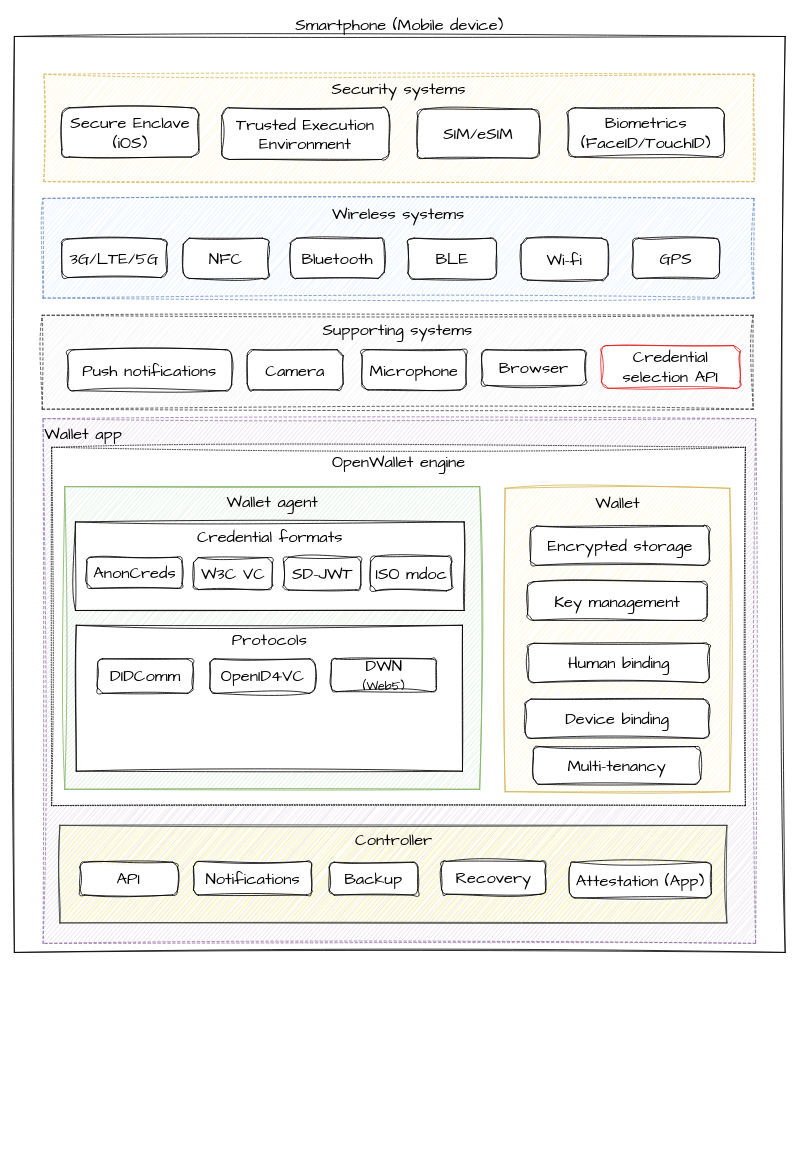
This is docs/architecture/discussions/diagrams/drawio/Native_wallet_app.drawio.xml from openwallet-foundation/architecture-sig, a draw.io file, before an edit. Source tidied: cells renumbered, new cells numbered last; positions are measured from the earlier drawing's top-left corner, leaving out a move shared by most shapes. Both pictures are drawn from the tidied source at 82%, with x=0, y=0 at pixel (14, 36).
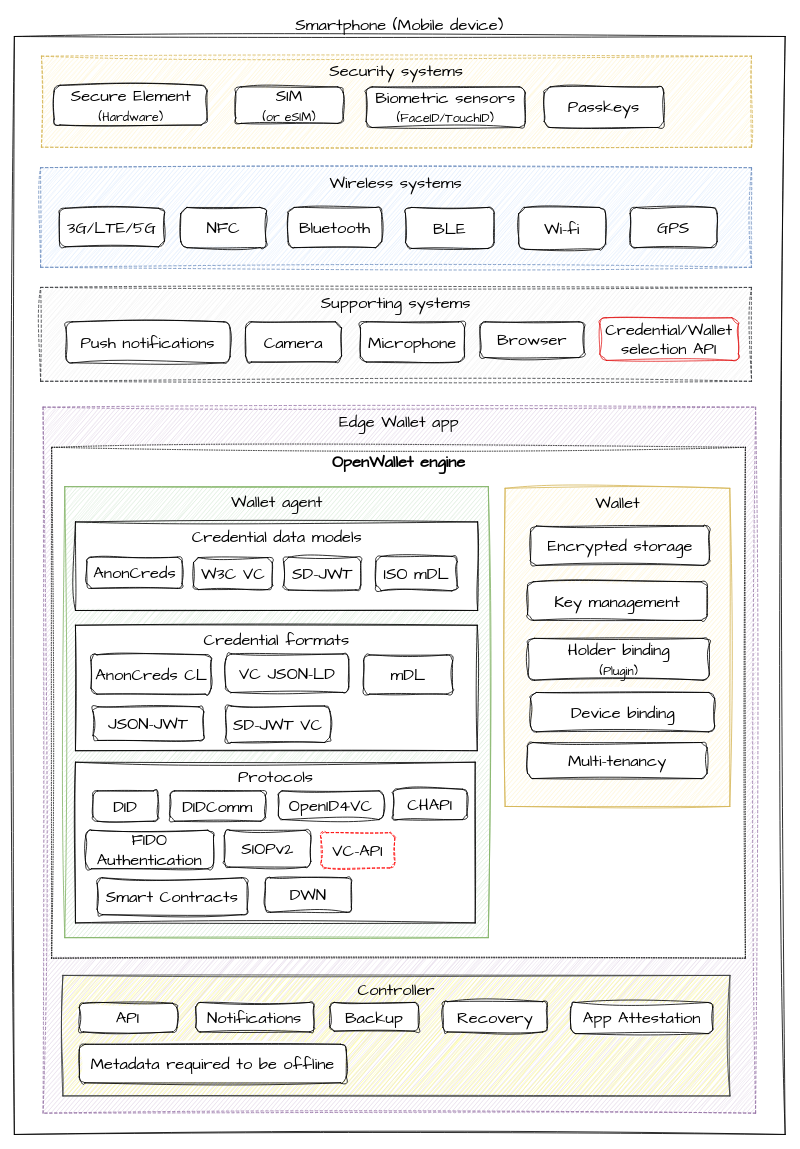
Above is the later version.

Commit message (it also covers changes not shown here):
updated wallet diagrams

Diff of the diagram source:
```diff
@@
     <mxCell id="2" value="Smartphone (Mobile device)" style="rounded=0;whiteSpace=wrap;html=1;sketch=1;hachureGap=4;jiggle=2;curveFitting=1;fontFamily=Architects Daughter;fontSize=20;labelPosition=center;verticalLabelPosition=top;align=center;verticalAlign=bottom;" parent="1" vertex="1">
-      <mxGeometry width="940" height="1117" as="geometry" />
+      <mxGeometry width="940" height="1339" as="geometry" />
     </mxCell>
-    <mxCell id="3" value="Wallet app" style="rounded=0;whiteSpace=wrap;html=1;sketch=1;hachureGap=4;jiggle=2;curveFitting=1;fontFamily=Architects Daughter;fontSize=20;verticalAlign=top;dashed=1;fillColor=#e1d5e7;strokeColor=#9673a6;align=left;" parent="1" vertex="1">
-      <mxGeometry x="35" y="466" width="869" height="640" as="geometry" />
+    <mxCell id="3" value="Edge Wallet app" style="rounded=0;whiteSpace=wrap;html=1;sketch=1;hachureGap=4;jiggle=2;curveFitting=1;fontFamily=Architects Daughter;fontSize=20;verticalAlign=top;dashed=1;fillColor=#e1d5e7;strokeColor=#9673a6;align=center;" parent="1" vertex="1">
+      <mxGeometry x="35" y="452" width="869" height="861" as="geometry" />
     </mxCell>
-    <mxCell id="4" value="OpenWallet engine" style="rounded=0;whiteSpace=wrap;html=1;sketch=1;hachureGap=4;jiggle=2;curveFitting=1;fontFamily=Architects Daughter;fontSize=20;dashed=1;dashPattern=1 2;verticalAlign=top;" parent="1" vertex="1">
-      <mxGeometry x="45.5" y="501" width="846" height="437" as="geometry" />
+    <mxCell id="4" value="OpenWallet engine" style="rounded=0;whiteSpace=wrap;html=1;sketch=1;hachureGap=4;jiggle=2;curveFitting=1;fontFamily=Architects Daughter;fontSize=20;dashed=1;dashPattern=1 2;verticalAlign=top;fontStyle=1;" parent="1" vertex="1">
+      <mxGeometry x="45.5" y="501" width="846" height="623" as="geometry" />
     </mxCell>
     <mxCell id="5" value="Controller" style="rounded=0;whiteSpace=wrap;html=1;sketch=1;hachureGap=4;jiggle=2;curveFitting=1;fontFamily=Architects Daughter;fontSize=20;verticalAlign=top;fillColor=#ffff88;strokeColor=#36393d;" parent="1" vertex="1">
-      <mxGeometry x="55.5" y="962" width="813.5" height="119" as="geometry" />
+      <mxGeometry x="59.2" y="1145" width="813.5" height="147" as="geometry" />
     </mxCell>
     <mxCell id="6" value="Security systems" style="rounded=0;whiteSpace=wrap;html=1;sketch=1;hachureGap=4;jiggle=2;curveFitting=1;fontFamily=Architects Daughter;fontSize=20;verticalAlign=top;dashed=1;fillColor=#fff2cc;strokeColor=#d6b656;" parent="1" vertex="1">
-      <mxGeometry x="36" y="46" width="866" height="131" as="geometry" />
+      <mxGeometry x="33" y="24" width="866" height="111" as="geometry" />
     </mxCell>
-    <mxCell id="7" value="Secure Enclave&lt;br&gt;(iOS)" style="rounded=1;whiteSpace=wrap;html=1;sketch=1;hachureGap=4;jiggle=2;curveFitting=1;fontFamily=Architects Daughter;fontSize=20;" parent="1" vertex="1">
-      <mxGeometry x="58" y="87" width="167" height="60" as="geometry" />
+    <mxCell id="7" value="Secure Element&lt;br&gt;&lt;font style=&quot;font-size: 15px;&quot;&gt;(Hardware)&lt;/font&gt;" style="rounded=1;whiteSpace=wrap;html=1;sketch=1;hachureGap=4;jiggle=2;curveFitting=1;fontFamily=Architects Daughter;fontSize=20;" parent="1" vertex="1">
+      <mxGeometry x="48.5" y="59.5" width="186.5" height="48.5" as="geometry" />
     </mxCell>
-    <mxCell id="8" value="Trusted Execution Environment" style="rounded=1;whiteSpace=wrap;html=1;sketch=1;hachureGap=4;jiggle=2;curveFitting=1;fontFamily=Architects Daughter;fontSize=20;" parent="1" vertex="1">
-      <mxGeometry x="253" y="87" width="204" height="63" as="geometry" />
-    </mxCell>
-    <mxCell id="9" value="SIM/eSIM" style="rounded=1;whiteSpace=wrap;html=1;sketch=1;hachureGap=4;jiggle=2;curveFitting=1;fontFamily=Architects Daughter;fontSize=20;" parent="1" vertex="1">
-      <mxGeometry x="492" y="88.5" width="148" height="60" as="geometry" />
+    <mxCell id="9" value="SIM&lt;br&gt;&lt;font style=&quot;font-size: 15px;&quot;&gt;(or eSIM)&lt;/font&gt;" style="rounded=1;whiteSpace=wrap;html=1;sketch=1;hachureGap=4;jiggle=2;curveFitting=1;fontFamily=Architects Daughter;fontSize=20;" parent="1" vertex="1">
+      <mxGeometry x="270" y="61.5" width="131" height="44.5" as="geometry" />
     </mxCell>
-    <mxCell id="10" value="Biometrics&lt;br&gt;(FaceID/TouchID)" style="rounded=1;whiteSpace=wrap;html=1;sketch=1;hachureGap=4;jiggle=2;curveFitting=1;fontFamily=Architects Daughter;fontSize=20;" parent="1" vertex="1">
-      <mxGeometry x="675" y="87" width="191" height="60" as="geometry" />
+    <mxCell id="10" value="Biometric sensors&lt;br&gt;&lt;font style=&quot;font-size: 15px;&quot;&gt;(FaceID/TouchID)&lt;/font&gt;" style="rounded=1;whiteSpace=wrap;html=1;sketch=1;hachureGap=4;jiggle=2;curveFitting=1;fontFamily=Architects Daughter;fontSize=20;" parent="1" vertex="1">
+      <mxGeometry x="429" y="61.5" width="194" height="49.5" as="geometry" />
     </mxCell>
     <mxCell id="11" value="Wireless systems" style="rounded=0;whiteSpace=wrap;html=1;sketch=1;hachureGap=4;jiggle=2;curveFitting=1;fontFamily=Architects Daughter;fontSize=20;verticalAlign=top;dashed=1;fillColor=#dae8fc;strokeColor=#6c8ebf;" parent="1" vertex="1">
-      <mxGeometry x="35" y="197.5" width="867" height="121.5" as="geometry" />
+      <mxGeometry x="32" y="160" width="867" height="121.5" as="geometry" />
     </mxCell>
     <mxCell id="12" value="NFC" style="rounded=1;whiteSpace=wrap;html=1;sketch=1;hachureGap=4;jiggle=2;curveFitting=1;fontFamily=Architects Daughter;fontSize=20;" parent="1" vertex="1">
-      <mxGeometry x="206" y="246" width="104" height="49" as="geometry" />
+      <mxGeometry x="203" y="208.5" width="104" height="49" as="geometry" />
     </mxCell>
     <mxCell id="13" value="Bluetooth" style="rounded=1;whiteSpace=wrap;html=1;sketch=1;hachureGap=4;jiggle=2;curveFitting=1;fontFamily=Architects Daughter;fontSize=20;" parent="1" vertex="1">
-      <mxGeometry x="337" y="246" width="114" height="49" as="geometry" />
+      <mxGeometry x="334" y="208.5" width="114" height="49" as="geometry" />
     </mxCell>
     <mxCell id="14" value="Wi-fi" style="rounded=1;whiteSpace=wrap;html=1;sketch=1;hachureGap=4;jiggle=2;curveFitting=1;fontFamily=Architects Daughter;fontSize=20;" parent="1" vertex="1">
-      <mxGeometry x="618" y="246" width="106" height="51" as="geometry" />
+      <mxGeometry x="615" y="208.5" width="106" height="51" as="geometry" />
     </mxCell>
     <mxCell id="15" value="GPS" style="rounded=1;whiteSpace=wrap;html=1;sketch=1;hachureGap=4;jiggle=2;curveFitting=1;fontFamily=Architects Daughter;fontSize=20;" parent="1" vertex="1">
-      <mxGeometry x="754" y="246" width="106" height="49" as="geometry" />
+      <mxGeometry x="751" y="208.5" width="106" height="49" as="geometry" />
     </mxCell>
     <mxCell id="16" value="BLE" style="rounded=1;whiteSpace=wrap;html=1;sketch=1;hachureGap=4;jiggle=2;curveFitting=1;fontFamily=Architects Daughter;fontSize=20;" parent="1" vertex="1">
-      <mxGeometry x="480" y="246" width="108" height="50" as="geometry" />
+      <mxGeometry x="477" y="208.5" width="108" height="50" as="geometry" />
     </mxCell>
     <mxCell id="17" value="Wallet agent" style="rounded=0;whiteSpace=wrap;html=1;sketch=1;hachureGap=4;jiggle=2;curveFitting=1;fontFamily=Architects Daughter;fontSize=20;verticalAlign=top;fillColor=#d5e8d4;strokeColor=#82b366;" parent="1" vertex="1">
-      <mxGeometry x="61.5" y="549" width="506" height="369" as="geometry" />
+      <mxGeometry x="61.5" y="549" width="516.5" height="550" as="geometry" />
     </mxCell>
     <mxCell id="18" value="Wallet" style="rounded=0;whiteSpace=wrap;html=1;sketch=1;hachureGap=4;jiggle=2;curveFitting=1;fontFamily=Architects Daughter;fontSize=20;verticalAlign=top;fillColor=#fff2cc;strokeColor=#d6b656;" parent="1" vertex="1">
-      <mxGeometry x="598.5" y="551" width="274" height="370" as="geometry" />
+      <mxGeometry x="598.5" y="551" width="274" height="388" as="geometry" />
     </mxCell>
@@
     <mxCell id="21" value="Backup" style="rounded=1;whiteSpace=wrap;html=1;sketch=1;hachureGap=4;jiggle=2;curveFitting=1;fontFamily=Architects Daughter;fontSize=20;" parent="1" vertex="1">
-      <mxGeometry x="384" y="1007" width="108" height="40" as="geometry" />
+      <mxGeometry x="384.8" y="1178" width="108" height="35" as="geometry" />
     </mxCell>
     <mxCell id="22" value="Multi-tenancy" style="rounded=1;whiteSpace=wrap;html=1;sketch=1;hachureGap=4;jiggle=2;curveFitting=1;fontFamily=Architects Daughter;fontSize=20;" parent="1" vertex="1">
-      <mxGeometry x="633" y="866" width="204" height="46" as="geometry" />
+      <mxGeometry x="625.8" y="861" width="219" height="44" as="geometry" />
     </mxCell>
     <mxCell id="23" value="3G/LTE/5G" style="rounded=1;whiteSpace=wrap;html=1;sketch=1;hachureGap=4;jiggle=2;curveFitting=1;fontFamily=Architects Daughter;fontSize=20;" parent="1" vertex="1">
-      <mxGeometry x="58" y="247" width="128" height="47" as="geometry" />
+      <mxGeometry x="55" y="209.5" width="128" height="47" as="geometry" />
     </mxCell>
     <mxCell id="24" value="Notifications" style="rounded=1;whiteSpace=wrap;html=1;sketch=1;hachureGap=4;jiggle=2;curveFitting=1;fontFamily=Architects Daughter;fontSize=20;" parent="1" vertex="1">
-      <mxGeometry x="218.5" y="1006" width="144" height="41" as="geometry" />
+      <mxGeometry x="221.2" y="1178" width="144" height="36" as="geometry" />
     </mxCell>
-    <mxCell id="25" value="Human binding" style="rounded=1;whiteSpace=wrap;html=1;sketch=1;hachureGap=4;jiggle=2;curveFitting=1;fontFamily=Architects Daughter;fontSize=20;" parent="1" vertex="1">
-      <mxGeometry x="626.5" y="740" width="221" height="48" as="geometry" />
+    <mxCell id="25" value="Holder binding&lt;br&gt;&lt;font style=&quot;font-size: 15px;&quot;&gt;(Plugin)&lt;/font&gt;" style="rounded=1;whiteSpace=wrap;html=1;sketch=1;hachureGap=4;jiggle=2;curveFitting=1;fontFamily=Architects Daughter;fontSize=20;" parent="1" vertex="1">
+      <mxGeometry x="626.5" y="734" width="221" height="51" as="geometry" />
     </mxCell>
     <mxCell id="26" value="Device binding" style="rounded=1;whiteSpace=wrap;html=1;sketch=1;hachureGap=4;jiggle=2;curveFitting=1;fontFamily=Architects Daughter;fontSize=20;" parent="1" vertex="1">
-      <mxGeometry x="623" y="808" width="224.5" height="48" as="geometry" />
+      <mxGeometry x="629.5" y="800" width="224.5" height="48" as="geometry" />
     </mxCell>
-    <mxCell id="27" value="Credential formats" style="rounded=0;whiteSpace=wrap;html=1;sketch=1;hachureGap=4;jiggle=2;curveFitting=1;fontFamily=Architects Daughter;fontSize=20;verticalAlign=top;" parent="1" vertex="1">
-      <mxGeometry x="74.5" y="592" width="474" height="108" as="geometry" />
+    <mxCell id="27" value="Credential data models" style="rounded=0;whiteSpace=wrap;html=1;sketch=1;hachureGap=4;jiggle=2;curveFitting=1;fontFamily=Architects Daughter;fontSize=20;verticalAlign=top;" parent="1" vertex="1">
+      <mxGeometry x="74.5" y="592" width="490.5" height="108" as="geometry" />
     </mxCell>
@@
-    <mxCell id="30" value="ISO mdoc" style="rounded=1;whiteSpace=wrap;html=1;sketch=1;hachureGap=4;jiggle=2;curveFitting=1;fontFamily=Architects Daughter;fontSize=20;" parent="1" vertex="1">
-      <mxGeometry x="434.5" y="634" width="99" height="42" as="geometry" />
+    <mxCell id="30" value="ISO mDL" style="rounded=1;whiteSpace=wrap;html=1;sketch=1;hachureGap=4;jiggle=2;curveFitting=1;fontFamily=Architects Daughter;fontSize=20;" parent="1" vertex="1">
+      <mxGeometry x="441" y="634" width="99" height="42" as="geometry" />
     </mxCell>
     <mxCell id="31" value="Protocols" style="rounded=0;whiteSpace=wrap;html=1;sketch=1;hachureGap=4;jiggle=2;curveFitting=1;fontFamily=Architects Daughter;fontSize=20;verticalAlign=top;" parent="1" vertex="1">
-      <mxGeometry x="75.5" y="718" width="471" height="178" as="geometry" />
+      <mxGeometry x="74.5" y="885" width="487.5" height="196" as="geometry" />
     </mxCell>
     <mxCell id="32" value="DIDComm" style="rounded=1;whiteSpace=wrap;html=1;sketch=1;hachureGap=4;jiggle=2;curveFitting=1;fontFamily=Architects Daughter;fontSize=20;" parent="1" vertex="1">
-      <mxGeometry x="101.5" y="759" width="116" height="42" as="geometry" />
+      <mxGeometry x="190" y="920" width="116" height="37" as="geometry" />
     </mxCell>
     <mxCell id="33" value="OpenID4VC" style="rounded=1;whiteSpace=wrap;html=1;sketch=1;hachureGap=4;jiggle=2;curveFitting=1;fontFamily=Architects Daughter;fontSize=20;" parent="1" vertex="1">
-      <mxGeometry x="238.5" y="759" width="128" height="42" as="geometry" />
+      <mxGeometry x="322" y="920" width="128" height="35" as="geometry" />
     </mxCell>
@@
-    <mxCell id="35" value="DWN&lt;br&gt;&lt;font style=&quot;font-size: 15px;&quot;&gt;(Web5)&lt;/font&gt;" style="rounded=1;whiteSpace=wrap;html=1;sketch=1;hachureGap=4;jiggle=2;curveFitting=1;fontFamily=Architects Daughter;fontSize=20;" parent="1" vertex="1">
-      <mxGeometry x="386.5" y="759" width="128" height="40" as="geometry" />
+    <mxCell id="35" value="DWN" style="rounded=1;whiteSpace=wrap;html=1;sketch=1;hachureGap=4;jiggle=2;curveFitting=1;fontFamily=Architects Daughter;fontSize=20;verticalAlign=middle;" parent="1" vertex="1">
+      <mxGeometry x="306" y="1026" width="105" height="42" as="geometry" />
     </mxCell>
-    <mxCell id="36" value="Attestation (App)" style="rounded=1;whiteSpace=wrap;html=1;sketch=1;hachureGap=4;jiggle=2;curveFitting=1;fontFamily=Architects Daughter;fontSize=20;" parent="1" vertex="1">
-      <mxGeometry x="677" y="1007" width="173" height="43.5" as="geometry" />
+    <mxCell id="36" value="App Attestation" style="rounded=1;whiteSpace=wrap;html=1;sketch=1;hachureGap=4;jiggle=2;curveFitting=1;fontFamily=Architects Daughter;fontSize=20;" parent="1" vertex="1">
+      <mxGeometry x="678.8" y="1178" width="173" height="38" as="geometry" />
     </mxCell>
     <mxCell id="37" value="Supporting systems" style="rounded=0;whiteSpace=wrap;html=1;sketch=1;hachureGap=4;jiggle=2;curveFitting=1;fontFamily=Architects Daughter;fontSize=20;verticalAlign=top;dashed=1;fillColor=#eeeeee;strokeColor=#36393d;" parent="1" vertex="1">
-      <mxGeometry x="34" y="340" width="867" height="114.5" as="geometry" />
+      <mxGeometry x="32" y="306" width="867" height="114.5" as="geometry" />
     </mxCell>
-    <mxCell id="38" value="Credential selection API" style="rounded=1;whiteSpace=wrap;html=1;sketch=1;hachureGap=4;jiggle=2;curveFitting=1;fontFamily=Architects Daughter;fontSize=20;dashed=1;dashPattern=1 1;strokeColor=#e00b0b;" parent="1" vertex="1">
-      <mxGeometry x="716" y="377" width="169" height="52" as="geometry" />
+    <mxCell id="38" value="Credential/Wallet selection API" style="rounded=1;whiteSpace=wrap;html=1;sketch=1;hachureGap=4;jiggle=2;curveFitting=1;fontFamily=Architects Daughter;fontSize=20;dashed=1;dashPattern=1 1;strokeColor=#e00b0b;" parent="1" vertex="1">
+      <mxGeometry x="714" y="343" width="169" height="52" as="geometry" />
     </mxCell>
     <mxCell id="39" value="Push notifications" style="rounded=1;whiteSpace=wrap;html=1;sketch=1;hachureGap=4;jiggle=2;curveFitting=1;fontFamily=Architects Daughter;fontSize=20;" parent="1" vertex="1">
-      <mxGeometry x="65" y="382" width="200" height="50" as="geometry" />
+      <mxGeometry x="63" y="348" width="200" height="50" as="geometry" />
     </mxCell>
     <mxCell id="40" value="Microphone" style="rounded=1;whiteSpace=wrap;html=1;sketch=1;hachureGap=4;jiggle=2;curveFitting=1;fontFamily=Architects Daughter;fontSize=20;" parent="1" vertex="1">
-      <mxGeometry x="424" y="382" width="127" height="49" as="geometry" />
+      <mxGeometry x="422" y="348" width="127" height="49" as="geometry" />
     </mxCell>
     <mxCell id="41" value="Camera" style="rounded=1;whiteSpace=wrap;html=1;sketch=1;hachureGap=4;jiggle=2;curveFitting=1;fontFamily=Architects Daughter;fontSize=20;" parent="1" vertex="1">
-      <mxGeometry x="284" y="382" width="117" height="49" as="geometry" />
+      <mxGeometry x="282" y="348" width="117" height="49" as="geometry" />
     </mxCell>
     <mxCell id="42" value="Browser" style="rounded=1;whiteSpace=wrap;html=1;sketch=1;hachureGap=4;jiggle=2;curveFitting=1;fontFamily=Architects Daughter;fontSize=20;" parent="1" vertex="1">
-      <mxGeometry x="570" y="382" width="127" height="43.5" as="geometry" />
+      <mxGeometry x="568" y="348" width="127" height="43.5" as="geometry" />
     </mxCell>
     <mxCell id="43" value="Recovery" style="rounded=1;whiteSpace=wrap;html=1;sketch=1;hachureGap=4;jiggle=2;curveFitting=1;fontFamily=Architects Daughter;fontSize=20;" parent="1" vertex="1">
-      <mxGeometry x="521" y="1006" width="127" height="40" as="geometry" />
+      <mxGeometry x="522.8" y="1177" width="127" height="37" as="geometry" />
     </mxCell>
     <mxCell id="44" value="API" style="rounded=1;whiteSpace=wrap;html=1;sketch=1;hachureGap=4;jiggle=2;curveFitting=1;fontFamily=Architects Daughter;fontSize=20;" parent="1" vertex="1">
-      <mxGeometry x="80" y="1007" width="119" height="40" as="geometry" />
+      <mxGeometry x="79.2" y="1179" width="119" height="35" as="geometry" />
     </mxCell>
+    <mxCell id="45" value="Smart Contracts" style="rounded=1;whiteSpace=wrap;html=1;sketch=1;hachureGap=4;jiggle=2;curveFitting=1;fontFamily=Architects Daughter;fontSize=20;verticalAlign=middle;" parent="1" vertex="1">
+      <mxGeometry x="101" y="1026" width="183" height="45" as="geometry" />
+    </mxCell>
+    <mxCell id="46" value="DID" style="rounded=1;whiteSpace=wrap;html=1;sketch=1;hachureGap=4;jiggle=2;curveFitting=1;fontFamily=Architects Daughter;fontSize=20;" parent="1" vertex="1">
+      <mxGeometry x="96" y="920" width="79" height="37" as="geometry" />
+    </mxCell>
+    <mxCell id="47" value="Metadata required to be offline" style="rounded=1;whiteSpace=wrap;html=1;sketch=1;hachureGap=4;jiggle=2;curveFitting=1;fontFamily=Architects Daughter;fontSize=20;verticalAlign=middle;" parent="1" vertex="1">
+      <mxGeometry x="79.2" y="1229" width="325.5" height="47" as="geometry" />
+    </mxCell>
+    <mxCell id="48" value="Passkeys" style="rounded=1;whiteSpace=wrap;html=1;sketch=1;hachureGap=4;jiggle=2;curveFitting=1;fontFamily=Architects Daughter;fontSize=20;" parent="1" vertex="1">
+      <mxGeometry x="646.2" y="61.5" width="145.8" height="49.5" as="geometry" />
+    </mxCell>
+    <mxCell id="49" value="FIDO&lt;br&gt;Authentication" style="rounded=1;whiteSpace=wrap;html=1;sketch=1;hachureGap=4;jiggle=2;curveFitting=1;fontFamily=Architects Daughter;fontSize=20;" parent="1" vertex="1">
+      <mxGeometry x="87" y="968" width="156" height="47" as="geometry" />
+    </mxCell>
+    <mxCell id="50" value="CHAPI" style="rounded=1;whiteSpace=wrap;html=1;sketch=1;hachureGap=4;jiggle=2;curveFitting=1;fontFamily=Architects Daughter;fontSize=20;" parent="1" vertex="1">
+      <mxGeometry x="462" y="918" width="90" height="37" as="geometry" />
+    </mxCell>
+    <mxCell id="51" value="SIOPv2" style="rounded=1;whiteSpace=wrap;html=1;sketch=1;hachureGap=4;jiggle=2;curveFitting=1;fontFamily=Architects Daughter;fontSize=20;strokeColor=#000000;" parent="1" vertex="1">
+      <mxGeometry x="256" y="968" width="105.5" height="45" as="geometry" />
+    </mxCell>
+    <mxCell id="52" value="VC-API" style="rounded=1;whiteSpace=wrap;html=1;sketch=1;hachureGap=4;jiggle=2;curveFitting=1;fontFamily=Architects Daughter;fontSize=20;dashed=1;strokeColor=#FF0000;" parent="1" vertex="1">
+      <mxGeometry x="374" y="971" width="90" height="43" as="geometry" />
+    </mxCell>
+    <mxCell id="53" value="Credential formats" style="rounded=0;whiteSpace=wrap;html=1;sketch=1;hachureGap=4;jiggle=2;curveFitting=1;fontFamily=Architects Daughter;fontSize=20;labelPosition=center;verticalLabelPosition=middle;align=center;verticalAlign=top;" parent="1" vertex="1">
+      <mxGeometry x="74.5" y="718" width="490" height="153" as="geometry" />
+    </mxCell>
+    <mxCell id="54" value="VC JSON-LD" style="rounded=1;whiteSpace=wrap;html=1;sketch=1;hachureGap=4;jiggle=2;curveFitting=1;fontFamily=Architects Daughter;fontSize=20;" parent="1" vertex="1">
+      <mxGeometry x="257.8" y="753" width="150" height="47" as="geometry" />
+    </mxCell>
+    <mxCell id="55" value="JSON-JWT" style="rounded=1;whiteSpace=wrap;html=1;sketch=1;hachureGap=4;jiggle=2;curveFitting=1;fontFamily=Architects Daughter;fontSize=20;" parent="1" vertex="1">
+      <mxGeometry x="96" y="817.5" width="135" height="41" as="geometry" />
+    </mxCell>
+    <mxCell id="56" value="mDL" style="rounded=1;whiteSpace=wrap;html=1;sketch=1;hachureGap=4;jiggle=2;curveFitting=1;fontFamily=Architects Daughter;fontSize=20;" parent="1" vertex="1">
+      <mxGeometry x="426" y="754.2" width="108.5" height="47.8" as="geometry" />
+    </mxCell>
+    <mxCell id="57" value="AnonCreds CL" style="rounded=1;whiteSpace=wrap;html=1;sketch=1;hachureGap=4;jiggle=2;curveFitting=1;fontFamily=Architects Daughter;fontSize=20;" parent="1" vertex="1">
+      <mxGeometry x="93.5" y="754" width="146.5" height="48" as="geometry" />
+    </mxCell>
+    <mxCell id="58" value="SD-JWT VC" style="rounded=1;whiteSpace=wrap;html=1;sketch=1;hachureGap=4;jiggle=2;curveFitting=1;fontFamily=Architects Daughter;fontSize=20;" parent="1" vertex="1">
+      <mxGeometry x="257.8" y="816.5" width="127" height="44.5" as="geometry" />
+    </mxCell>
```
